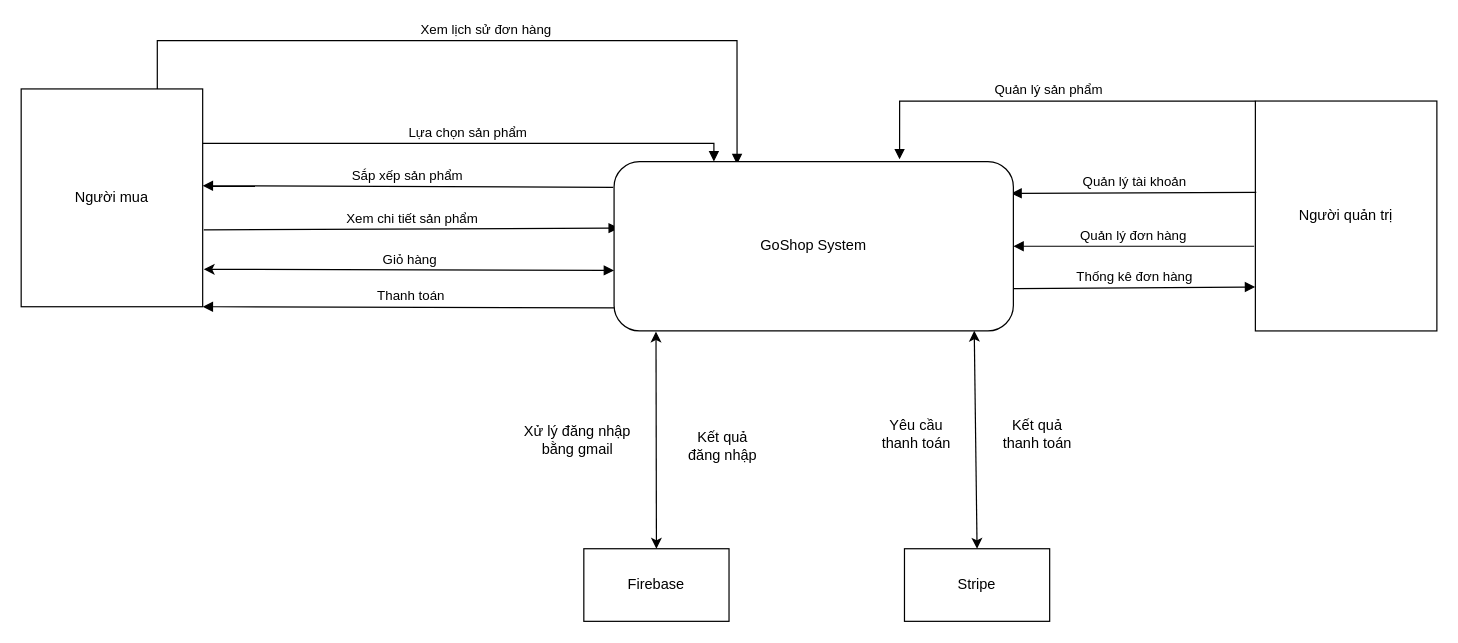
The draw.io diagram Diagram/Context_Diagram/Context_Diagram.drawio in DiagaticSnith/goshop, before the edit. Source tidied: cells renumbered, new cells numbered last; positions are measured from the earlier drawing's top-left corner, leaving out a move shared by most shapes. Both pictures are drawn from the tidied source at 121%, with x=0, y=0 at pixel (21, 40).
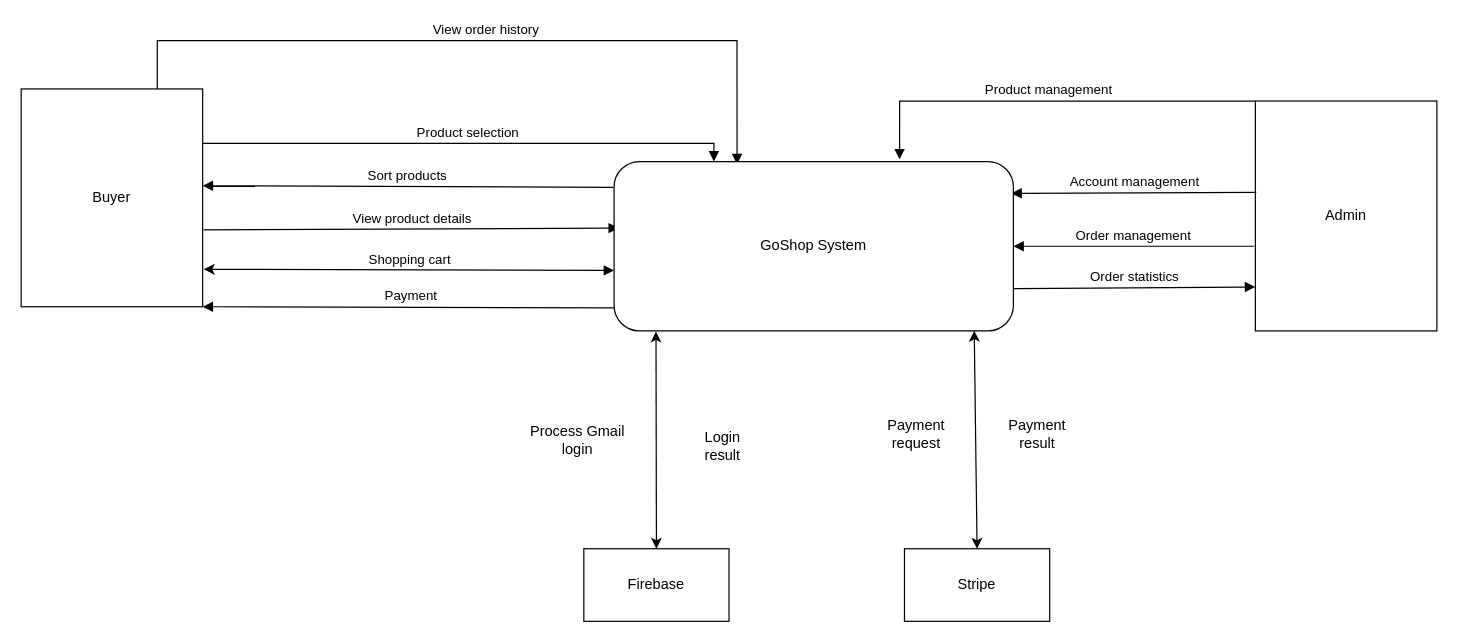
The same page after the edit.

The change refers to these unchanged cells:
```xml
<mxCell id="14" value="GoShop System" style="rounded=1;whiteSpace=wrap;html=1;" parent="1" vertex="1">
  <mxGeometry x="490" y="100" width="330" height="140" as="geometry" />
</mxCell>
```

Change to the diagram source:
```diff
@@
-    <mxCell id="2" value="Người mua" style="html=1;whiteSpace=wrap;" parent="1" vertex="1">
+    <mxCell id="2" value="Buyer" style="html=1;whiteSpace=wrap;" parent="1" vertex="1">
       <mxGeometry y="40" width="150" height="180" as="geometry" />
     </mxCell>
-    <mxCell id="3" value="Người quản trị" style="html=1;whiteSpace=wrap;" parent="1" vertex="1">
+    <mxCell id="3" value="Admin" style="html=1;whiteSpace=wrap;" parent="1" vertex="1">
       <mxGeometry x="1020" y="50" width="150" height="190" as="geometry" />
     </mxCell>
-    <mxCell id="4" value="Lựa chọn sản phẩm" style="html=1;verticalAlign=bottom;endArrow=block;rounded=0;exitX=1;exitY=0.25;exitDx=0;exitDy=0;entryX=0.25;entryY=0;entryDx=0;entryDy=0;edgeStyle=orthogonalEdgeStyle;" parent="1" edge="1" source="2" target="14">
+    <mxCell id="4" value=" Product selection" style="html=1;verticalAlign=bottom;endArrow=block;rounded=0;exitX=1;exitY=0.25;exitDx=0;exitDy=0;entryX=0.25;entryY=0;entryDx=0;entryDy=0;edgeStyle=orthogonalEdgeStyle;" parent="1" edge="1" source="2" target="14">
       <mxGeometry relative="1" as="geometry" />
     </mxCell>
-    <mxCell id="5" value="Xem chi tiết sản phẩm" style="html=1;verticalAlign=bottom;endArrow=block;curved=0;rounded=0;exitX=1.006;exitY=0.647;exitDx=0;exitDy=0;exitPerimeter=0;entryX=0.012;entryY=0.393;entryDx=0;entryDy=0;entryPerimeter=0;" parent="1" edge="1" source="2" target="14">
+    <mxCell id="5" value="View product details" style="html=1;verticalAlign=bottom;endArrow=block;curved=0;rounded=0;exitX=1.006;exitY=0.647;exitDx=0;exitDy=0;exitPerimeter=0;entryX=0.012;entryY=0.393;entryDx=0;entryDy=0;entryPerimeter=0;" parent="1" edge="1" source="2" target="14">
       <mxGeometry relative="1" as="geometry" />
     </mxCell>
-    <mxCell id="6" value="Sắp xếp sản phẩm" style="html=1;verticalAlign=bottom;endArrow=block;curved=0;rounded=0;exitX=-0.002;exitY=0.152;exitDx=0;exitDy=0;entryX=1;entryY=0.5;entryDx=0;entryDy=0;exitPerimeter=0;" parent="1" edge="1" source="14">
+    <mxCell id="6" value="Sort products" style="html=1;verticalAlign=bottom;endArrow=block;curved=0;rounded=0;exitX=-0.002;exitY=0.152;exitDx=0;exitDy=0;entryX=1;entryY=0.5;entryDx=0;entryDy=0;exitPerimeter=0;" parent="1" edge="1" source="14">
       <mxGeometry relative="1" as="geometry">
         <mxPoint x="150" y="120" as="targetPoint" />
       </mxGeometry>
     </mxCell>
-    <mxCell id="7" value="Giỏ hàng" style="html=1;verticalAlign=bottom;endArrow=block;curved=0;rounded=0;exitX=1.006;exitY=0.828;exitDx=0;exitDy=0;entryX=0;entryY=0.75;entryDx=0;entryDy=0;exitPerimeter=0;startArrow=classic;startFill=1;" parent="1" edge="1" source="2">
+    <mxCell id="7" value="Shopping cart" style="html=1;verticalAlign=bottom;endArrow=block;curved=0;rounded=0;exitX=1.006;exitY=0.828;exitDx=0;exitDy=0;entryX=0;entryY=0.75;entryDx=0;entryDy=0;exitPerimeter=0;startArrow=classic;startFill=1;" parent="1" edge="1" source="2">
       <mxGeometry relative="1" as="geometry">
         <mxPoint x="490" y="190" as="targetPoint" />
       </mxGeometry>
     </mxCell>
-    <mxCell id="8" value="Thanh toán" style="html=1;verticalAlign=bottom;endArrow=block;curved=0;rounded=0;entryX=1;entryY=1;entryDx=0;entryDy=0;exitX=0.012;exitY=0.864;exitDx=0;exitDy=0;exitPerimeter=0;" parent="1" edge="1" source="14" target="2">
+    <mxCell id="8" value="Payment" style="html=1;verticalAlign=bottom;endArrow=block;curved=0;rounded=0;entryX=1;entryY=1;entryDx=0;entryDy=0;exitX=0.012;exitY=0.864;exitDx=0;exitDy=0;exitPerimeter=0;" parent="1" edge="1" source="14" target="2">
       <mxGeometry relative="1" as="geometry" />
     </mxCell>
-    <mxCell id="9" value="Quản lý sản phẩm" style="html=1;verticalAlign=bottom;endArrow=block;rounded=0;entryX=0.715;entryY=-0.013;entryDx=0;entryDy=0;entryPerimeter=0;edgeStyle=orthogonalEdgeStyle;exitX=0;exitY=0;exitDx=0;exitDy=0;" parent="1" edge="1" source="3" target="14">
+    <mxCell id="9" value="Product management" style="html=1;verticalAlign=bottom;endArrow=block;rounded=0;entryX=0.715;entryY=-0.013;entryDx=0;entryDy=0;entryPerimeter=0;edgeStyle=orthogonalEdgeStyle;exitX=0;exitY=0;exitDx=0;exitDy=0;" parent="1" edge="1" source="3" target="14">
       <mxGeometry relative="1" as="geometry">
         <Array as="points">
           <mxPoint x="726" y="50" />
         </Array>
       </mxGeometry>
     </mxCell>
-    <mxCell id="10" value="Xem lịch sử đơn hàng" style="html=1;verticalAlign=bottom;endArrow=block;rounded=0;exitX=0.75;exitY=0;exitDx=0;exitDy=0;entryX=0.308;entryY=0.016;entryDx=0;entryDy=0;entryPerimeter=0;edgeStyle=orthogonalEdgeStyle;" parent="1" edge="1" source="2" target="14">
+    <mxCell id="10" value="View order history" style="html=1;verticalAlign=bottom;endArrow=block;rounded=0;exitX=0.75;exitY=0;exitDx=0;exitDy=0;entryX=0.308;entryY=0.016;entryDx=0;entryDy=0;entryPerimeter=0;edgeStyle=orthogonalEdgeStyle;" parent="1" edge="1" source="2" target="14">
       <mxGeometry relative="1" as="geometry">
         <Array as="points">
           <mxPoint x="113" />
           <mxPoint x="592" />
         </Array>
       </mxGeometry>
     </mxCell>
-    <mxCell id="11" value="Quản lý tài khoản" style="html=1;verticalAlign=bottom;endArrow=block;curved=0;rounded=0;exitX=0.005;exitY=0.397;exitDx=0;exitDy=0;entryX=0.995;entryY=0.188;entryDx=0;entryDy=0;entryPerimeter=0;exitPerimeter=0;" parent="1" edge="1" source="3" target="14">
+    <mxCell id="11" value="Account management" style="html=1;verticalAlign=bottom;endArrow=block;curved=0;rounded=0;exitX=0.005;exitY=0.397;exitDx=0;exitDy=0;entryX=0.995;entryY=0.188;entryDx=0;entryDy=0;entryPerimeter=0;exitPerimeter=0;" parent="1" edge="1" source="3" target="14">
       <mxGeometry relative="1" as="geometry" />
     </mxCell>
-    <mxCell id="12" value="Quản lý đơn hàng" style="html=1;verticalAlign=bottom;endArrow=block;curved=0;rounded=0;entryX=1;entryY=0.5;entryDx=0;entryDy=0;" parent="1" edge="1" target="14">
+    <mxCell id="12" value="Order management" style="html=1;verticalAlign=bottom;endArrow=block;curved=0;rounded=0;entryX=1;entryY=0.5;entryDx=0;entryDy=0;" parent="1" edge="1" target="14">
       <mxGeometry relative="1" as="geometry">
         <mxPoint x="1019" y="170" as="sourcePoint" />
       </mxGeometry>
     </mxCell>
-    <mxCell id="13" value="Thống kê đơn hàng" style="html=1;verticalAlign=bottom;endArrow=block;curved=0;rounded=0;exitX=1;exitY=0.75;exitDx=0;exitDy=0;entryX=-0.001;entryY=0.809;entryDx=0;entryDy=0;entryPerimeter=0;" parent="1" edge="1" source="14" target="3">
+    <mxCell id="13" value="Order statistics" style="html=1;verticalAlign=bottom;endArrow=block;curved=0;rounded=0;exitX=1;exitY=0.75;exitDx=0;exitDy=0;entryX=-0.001;entryY=0.809;entryDx=0;entryDy=0;entryPerimeter=0;" parent="1" edge="1" source="14" target="3">
       <mxGeometry relative="1" as="geometry" />
     </mxCell>
@@
-    <mxCell id="18" value="Xử lý đăng nhập bằng gmail" style="text;html=1;align=center;verticalAlign=middle;whiteSpace=wrap;rounded=0;" parent="1" vertex="1">
+    <mxCell id="18" value="Process Gmail login" style="text;html=1;align=center;verticalAlign=middle;whiteSpace=wrap;rounded=0;" parent="1" vertex="1">
       <mxGeometry x="410" y="310" width="100" height="40" as="geometry" />
     </mxCell>
@@
-    <mxCell id="20" value="Yêu cầu thanh toán" style="text;html=1;align=center;verticalAlign=middle;whiteSpace=wrap;rounded=0;" parent="1" vertex="1">
+    <mxCell id="20" value="Payment request" style="text;html=1;align=center;verticalAlign=middle;whiteSpace=wrap;rounded=0;" parent="1" vertex="1">
       <mxGeometry x="710" y="310" width="60" height="30" as="geometry" />
     </mxCell>
-    <mxCell id="21" value="Kết quả thanh toán" style="text;html=1;align=center;verticalAlign=middle;whiteSpace=wrap;rounded=0;" parent="1" vertex="1">
+    <mxCell id="21" value="Payment result" style="text;html=1;align=center;verticalAlign=middle;whiteSpace=wrap;rounded=0;" parent="1" vertex="1">
       <mxGeometry x="810" y="310" width="60" height="30" as="geometry" />
     </mxCell>
-    <mxCell id="22" value="Kết quả&lt;div&gt;đăng nhập&lt;/div&gt;" style="text;html=1;align=center;verticalAlign=middle;whiteSpace=wrap;rounded=0;" parent="1" vertex="1">
+    <mxCell id="22" value="Login result" style="text;html=1;align=center;verticalAlign=middle;whiteSpace=wrap;rounded=0;" parent="1" vertex="1">
       <mxGeometry x="550" y="320" width="60" height="30" as="geometry" />
     </mxCell>
```
